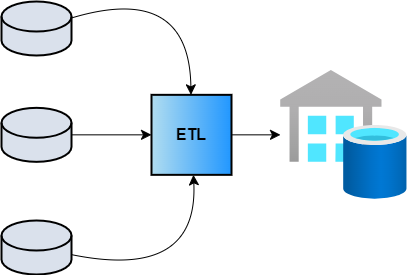
The draw.io diagram images/de-consulting.png in RobSLong/RobSLong.github.io, before a commit. Source tidied: cells renumbered, new cells last; positions are measured from the earlier drawing's top-left corner, leaving out a move shared by most shapes.
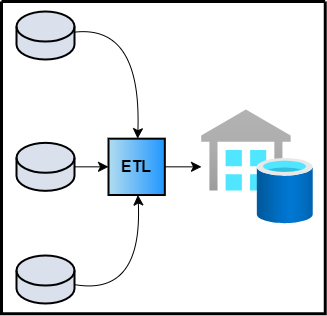
After the commit.

The edit, as a diff of the source:
```diff
@@ -2,40 +2,43 @@
   <root>
     <mxCell id="0" />
     <mxCell id="1" parent="0" />
+    <mxCell id="11" style="swimlane;startSize=0;strokeWidth=3;" parent="1" vertex="1">
+      <mxGeometry x="-13" y="-19" width="323.7" height="312.4" as="geometry" />
+    </mxCell>
+    <mxCell id="8" value="&lt;b style=&quot;font-size: 16px;&quot;&gt;ETL&lt;/b&gt;" style="whiteSpace=wrap;html=1;fillColor=#b1ddf0;strokeColor=#000000;strokeWidth=2;fontSize=16;gradientColor=#2197FF;gradientDirection=east;" parent="11" vertex="1">
+      <mxGeometry x="107" y="137.2" width="56.3" height="56.3" as="geometry" />
+    </mxCell>
-    <mxCell id="2" style="image;html=1;points=[];align=center;fontSize=12;image=img/lib/azure2/integration/SQL_Data_Warehouses.svg;" parent="1" vertex="1">
-      <mxGeometry x="279" y="88" width="126.7" height="128.7" as="geometry" />
+    <mxCell id="2" style="image;html=1;points=[];align=center;fontSize=12;image=img/lib/azure2/integration/SQL_Data_Warehouses.svg;" parent="11" vertex="1">
+      <mxGeometry x="200" y="108.5" width="111.9" height="113.7" as="geometry" />
     </mxCell>
+    <mxCell id="7" style="edgeStyle=none;curved=1;rounded=0;jettySize=auto;html=1;fontSize=12;startSize=8;endSize=8;" parent="11" edge="1" source="8" target="2">
+      <mxGeometry relative="1" as="geometry" />
+    </mxCell>
-    <mxCell id="3" style="edgeStyle=none;curved=1;rounded=0;jettySize=auto;html=1;fontSize=12;startSize=8;endSize=8;" parent="1" edge="1" source="4" target="8">
+    <mxCell id="3" style="edgeStyle=none;curved=1;rounded=0;jettySize=auto;html=1;fontSize=12;startSize=8;endSize=8;" parent="11" edge="1" source="4" target="8">
       <mxGeometry relative="1" as="geometry">
         <Array as="points">
-          <mxPoint x="188" />
+          <mxPoint x="140" y="23" />
         </Array>
       </mxGeometry>
     </mxCell>
-    <mxCell id="4" style="shape=cylinder3;whiteSpace=wrap;html=1;boundedLbl=1;backgroundOutline=1;size=15;fillColor=#dae1ec;strokeColor=#000000;strokeWidth=2;" parent="1" vertex="1">
-      <mxGeometry y="19" width="70" height="54" as="geometry" />
+    <mxCell id="4" style="shape=cylinder3;whiteSpace=wrap;html=1;boundedLbl=1;backgroundOutline=1;size=15;fillColor=#dae1ec;strokeColor=#000000;strokeWidth=2;" parent="11" vertex="1">
+      <mxGeometry x="15" y="10" width="58" height="48" as="geometry" />
     </mxCell>
-    <mxCell id="5" style="edgeStyle=none;curved=1;rounded=0;jettySize=auto;html=1;fontSize=12;startSize=8;endSize=8;" parent="1" edge="1" source="6" target="8">
-      <mxGeometry relative="1" as="geometry">
-        <Array as="points">
-          <mxPoint x="197" y="298" />
-        </Array>
-      </mxGeometry>
-    </mxCell>
-    <mxCell id="6" style="shape=cylinder3;whiteSpace=wrap;html=1;boundedLbl=1;backgroundOutline=1;size=15;fillColor=#DAE1EC;strokeWidth=2;" parent="1" vertex="1">
-      <mxGeometry y="238" width="70" height="54" as="geometry" />
-    </mxCell>
-    <mxCell id="7" style="edgeStyle=none;curved=1;rounded=0;jettySize=auto;html=1;fontSize=12;startSize=8;endSize=8;" parent="1" edge="1" source="8" target="2">
-      <mxGeometry relative="1" as="geometry" />
-    </mxCell>
-    <mxCell id="8" value="&lt;b style=&quot;font-size: 16px;&quot;&gt;ETL&lt;/b&gt;" style="whiteSpace=wrap;html=1;fillColor=#b1ddf0;strokeColor=#000000;strokeWidth=2;fontSize=16;gradientColor=#2197FF;gradientDirection=east;" parent="1" vertex="1">
-      <mxGeometry x="150" y="112.3" width="80" height="80" as="geometry" />
-    </mxCell>
-    <mxCell id="9" style="edgeStyle=none;curved=1;rounded=0;jettySize=auto;html=1;fontSize=12;startSize=8;endSize=8;" parent="1" edge="1" source="10" target="8">
-      <mxGeometry relative="1" as="geometry" />
-    </mxCell>
-    <mxCell id="10" style="shape=cylinder3;whiteSpace=wrap;html=1;boundedLbl=1;backgroundOutline=1;size=15;fillColor=#DAE1EC;strokeWidth=2;" parent="1" vertex="1">
-      <mxGeometry y="125.3" width="70" height="54" as="geometry" />
-    </mxCell>
+    <mxCell id="12" style="edgeStyle=none;curved=1;rounded=0;jettySize=auto;html=1;fontSize=12;startSize=8;endSize=8;entryX=0;entryY=0.5;entryDx=0;entryDy=0;" parent="11" edge="1" source="13" target="8">
+      <mxGeometry relative="1" as="geometry" />
+    </mxCell>
+    <mxCell id="13" style="shape=cylinder3;whiteSpace=wrap;html=1;boundedLbl=1;backgroundOutline=1;size=15;fillColor=#dae1ec;strokeColor=#000000;strokeWidth=2;" parent="11" vertex="1">
+      <mxGeometry x="15" y="141.3" width="58" height="48" as="geometry" />
+    </mxCell>
+    <mxCell id="14" style="edgeStyle=none;curved=1;rounded=0;jettySize=auto;html=1;fontSize=12;startSize=8;endSize=8;" parent="11" edge="1" source="15" target="8">
+      <mxGeometry relative="1" as="geometry">
+        <Array as="points">
+          <mxPoint x="141" y="295" />
+        </Array>
+      </mxGeometry>
+    </mxCell>
+    <mxCell id="15" style="shape=cylinder3;whiteSpace=wrap;html=1;boundedLbl=1;backgroundOutline=1;size=15;fillColor=#dae1ec;strokeColor=#000000;strokeWidth=2;" parent="11" vertex="1">
+      <mxGeometry x="15" y="254" width="58" height="48" as="geometry" />
+    </mxCell>
   </root>
 </mxGraphModel>
```
